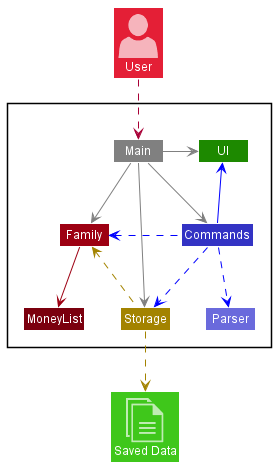
Earlier version of the PlantUML export docs/images/ArchitectureDiagram.png (nus-cs2113-AY2122S2/tp).
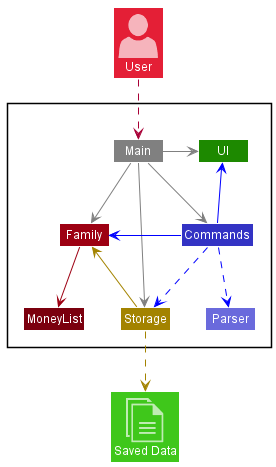
After the change.

What changed in the source:
```diff
@@ -23,13 +23,13 @@
 Main -down[#grey]->Storage
 
 Commands -up[#blue]->UI
-Commands -left[#blue].->Family
+Commands -left[#blue]->Family
 Commands -down[#blue].>Storage
 Commands -down[#blue].>Parser
 
 Family -down[MODEL_COLOR]->MoneyList
 
-Storage -left[STORAGE_COLOR].>Family
+Storage -left[STORAGE_COLOR]>Family
 Storage .down[STORAGE_COLOR].>File
 
 User ..> Main
```
